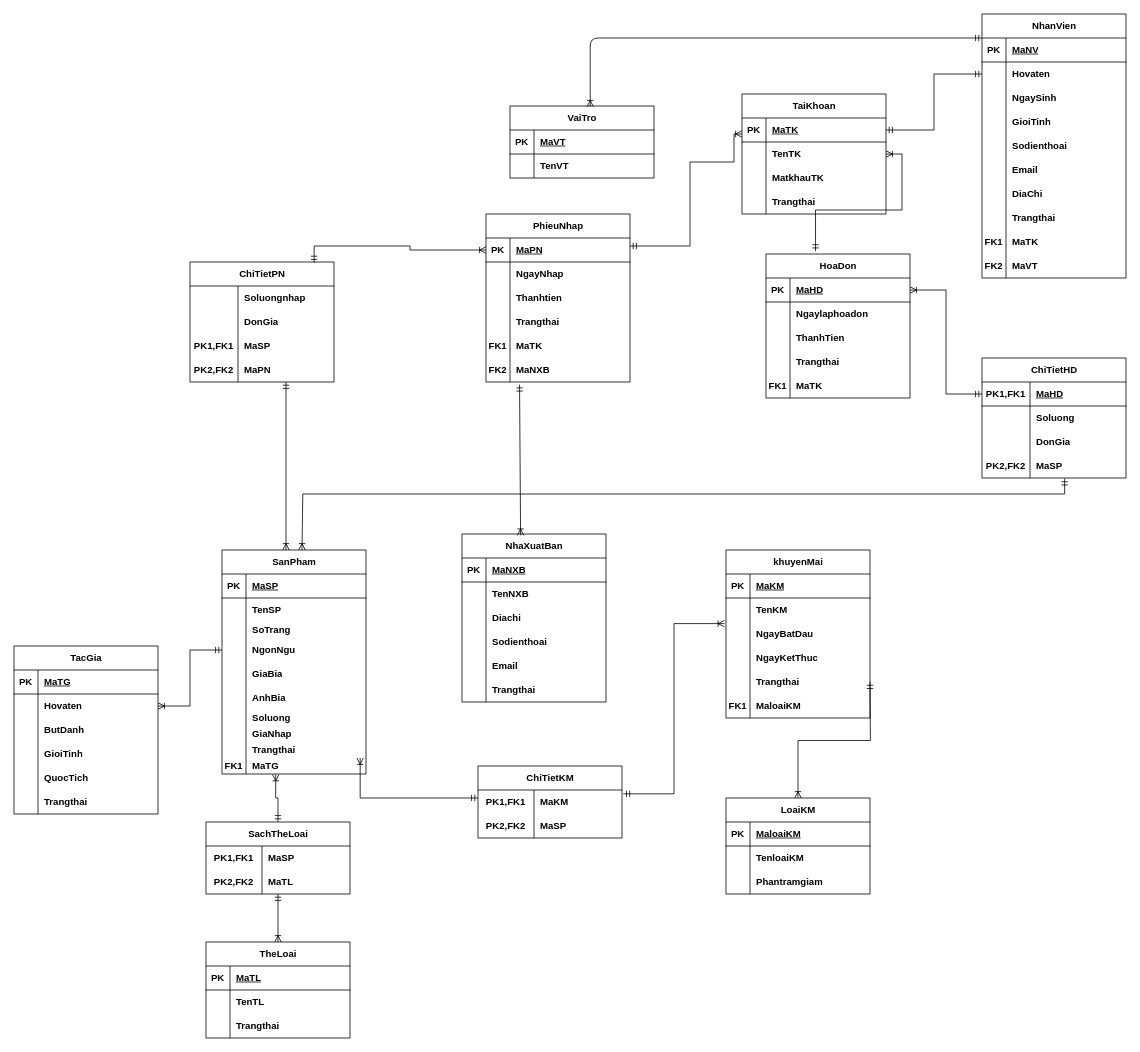
Before: DrawIO/ERD.drawio in LuuD04N/CNPM_QLSach_Backup, a draw.io diagram. Source tidied: cells renumbered, new cells numbered last; positions are measured from the earlier drawing's top-left corner, leaving out a move shared by most shapes. Both pictures are drawn from the tidied source at 80%, with x=0, y=0 at pixel (14, 14).
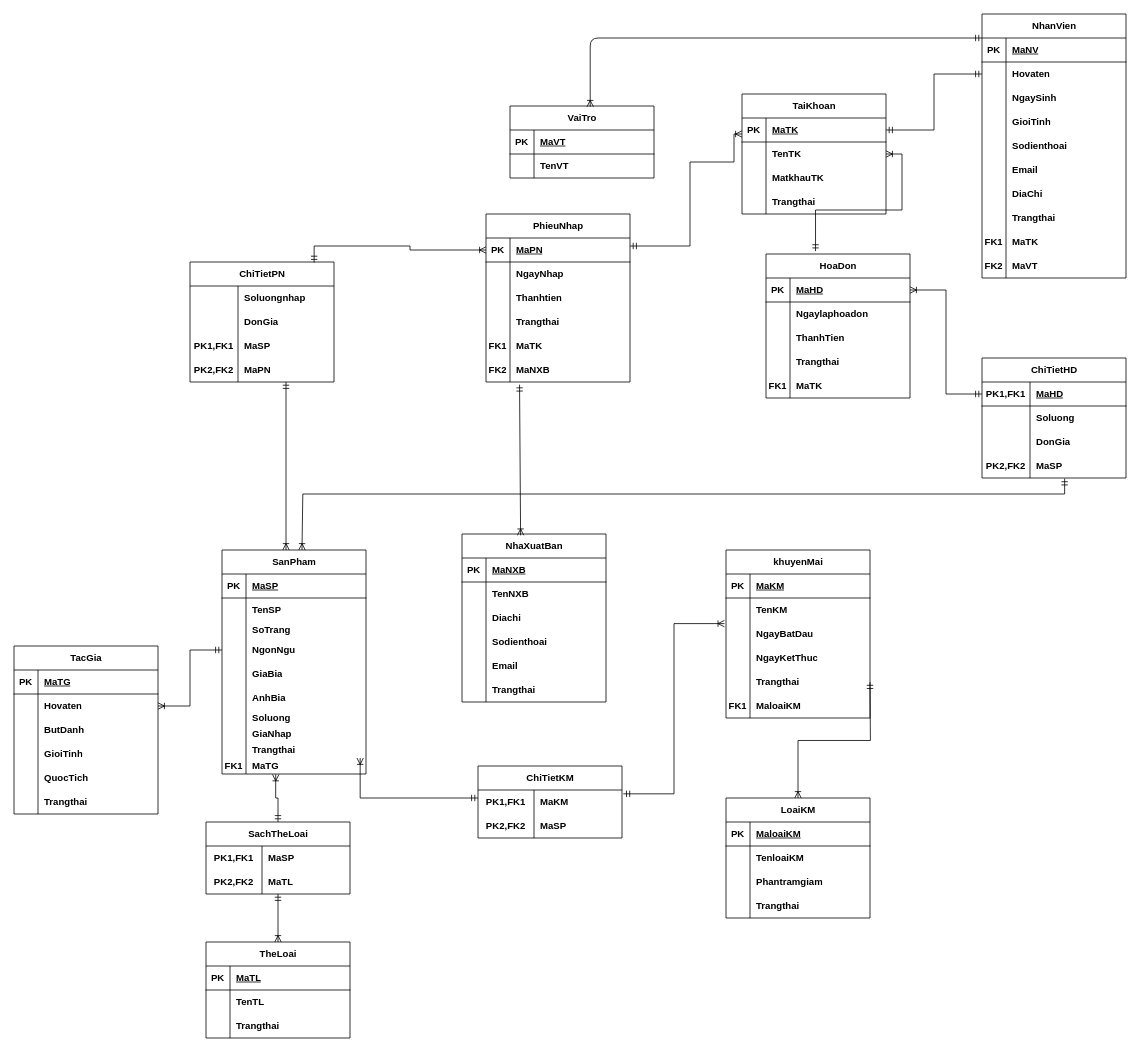
Above is the later version.

Change to the diagram source:
```diff
@@
     <mxCell id="228" value="LoaiKM" style="shape=table;startSize=30;childLayout=tableLayout;rowLines=0;fontStyle=1;align=center;html=1;" parent="1" vertex="1">
-      <mxGeometry x="890" y="980" width="180" height="120" as="geometry" />
+      <mxGeometry x="890" y="980" width="180" height="150" as="geometry" />
     </mxCell>
@@
+    <mxCell id="252" style="shape=tableRow;horizontal=0;startSize=0;swimlaneHead=0;swimlaneBody=0;fillColor=none;top=0;left=0;right=0;bottom=0;fontStyle=1;" parent="228" vertex="1">
+      <mxGeometry y="120" width="180" height="30" as="geometry" />
+    </mxCell>
+    <mxCell id="253" style="shape=partialRectangle;fillColor=none;top=0;left=0;bottom=0;right=0;overflow=hidden;whiteSpace=wrap;html=1;fontStyle=1;" parent="252" vertex="1">
+      <mxGeometry width="30" height="30" as="geometry" />
+    </mxCell>
+    <mxCell id="254" value="Trangthai" style="shape=partialRectangle;fillColor=none;top=0;left=0;bottom=0;right=0;align=left;spacingLeft=6;overflow=hidden;whiteSpace=wrap;html=1;fontStyle=1;" parent="252" vertex="1">
+      <mxGeometry x="30" width="150" height="30" as="geometry" />
+    </mxCell>
```
